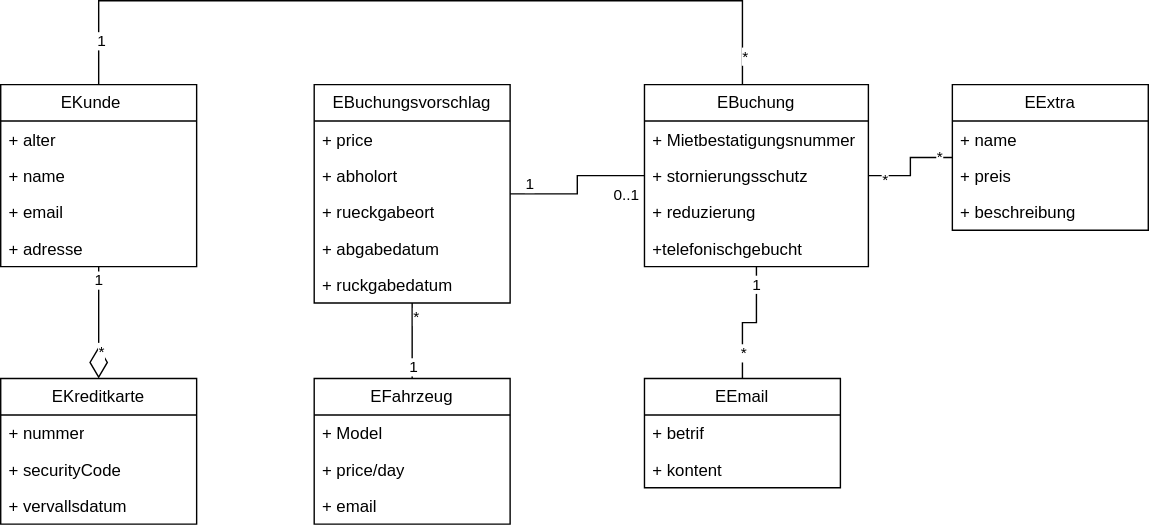
Above: sw-eng-04.drawio.svg in MassimiIiano/software-eng-projects-uni (draw.io), before the change. Source tidied: cells renumbered, new cells last; positions are measured from the earlier drawing's top-left corner, leaving out a move shared by most shapes.
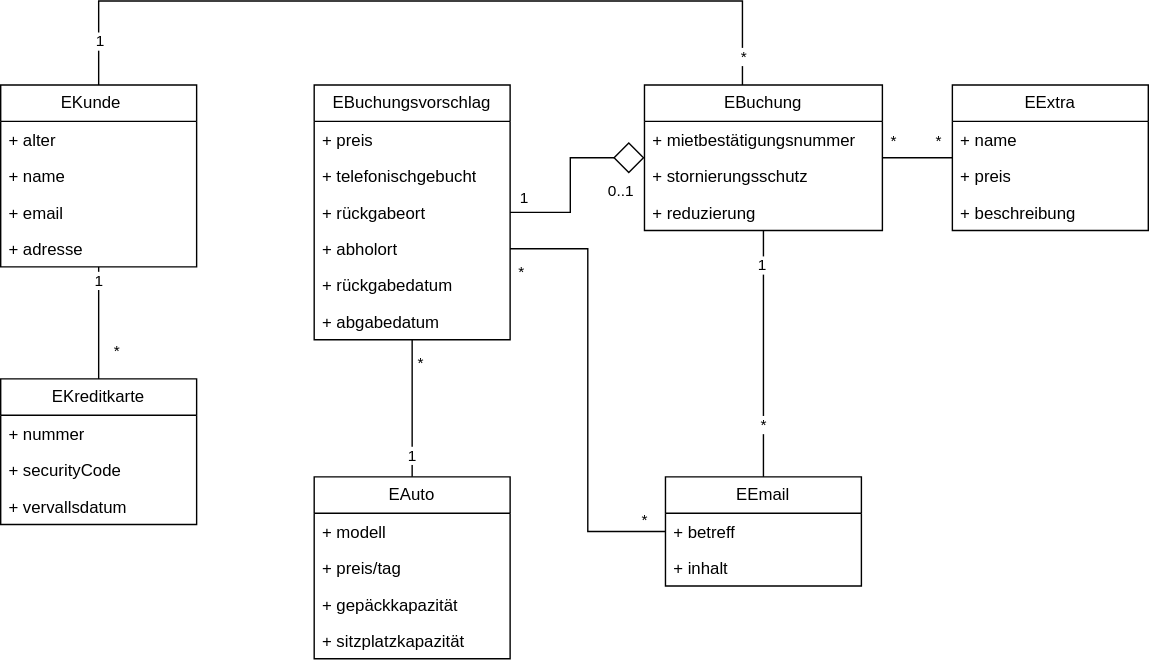
The same diagram one commit later.

Commit message:
Complete graph 4

This includes the description of non-obvious design choices for the
graph.

The edit, as a diff of the source:
```diff
@@ -2,11 +2,13 @@
   <root>
     <mxCell id="0" />
     <mxCell id="1" parent="0" />
-    <mxCell id="2" value="1" style="edgeStyle=orthogonalEdgeStyle;rounded=0;jettySize=auto;html=1;endArrow=diamondThin;endFill=0;startSize=20;endSize=20;" parent="1" edge="1" source="7" target="12">
+    <mxCell id="2" value="1" style="edgeStyle=orthogonalEdgeStyle;rounded=0;jettySize=auto;html=1;endArrow=none;endFill=0;startSize=20;endSize=20;" parent="1" edge="1" source="7" target="12">
       <mxGeometry x="-0.75" relative="1" as="geometry" />
     </mxCell>
     <mxCell id="3" value="*" style="edgeLabel;html=1;align=center;verticalAlign=middle;" parent="2" vertex="1">
-      <mxGeometry x="0.5" y="1" relative="1" as="geometry" />
+      <mxGeometry x="0.5" y="1" relative="1" as="geometry">
+        <mxPoint x="12" as="offset" />
+      </mxGeometry>
     </mxCell>
     <mxCell id="4" style="edgeStyle=orthogonalEdgeStyle;shape=connector;rounded=0;jettySize=auto;html=1;strokeColor=default;align=center;verticalAlign=middle;fontFamily=Helvetica;fontSize=11;fontColor=default;labelBackgroundColor=default;endArrow=none;endFill=0;" parent="1" edge="1" source="7" target="30">
       <mxGeometry relative="1" as="geometry">
@@ -50,23 +52,26 @@
       <mxGeometry y="78" width="140" height="26" as="geometry" />
     </mxCell>
     <mxCell id="16" value="EBuchungsvorschlag" style="swimlane;fontStyle=0;horizontal=1;startSize=26;fillColor=none;whiteSpace=wrap;html=1;" parent="1" vertex="1">
-      <mxGeometry x="224" y="60" width="140" height="156" as="geometry" />
+      <mxGeometry x="224" y="60" width="140" height="182" as="geometry" />
     </mxCell>
-    <mxCell id="17" value="+ price" style="text;strokeColor=none;fillColor=none;align=left;verticalAlign=top;spacingLeft=4;spacingRight=4;overflow=hidden;whiteSpace=wrap;html=1;" parent="16" vertex="1">
+    <mxCell id="17" value="+ preis" style="text;strokeColor=none;fillColor=none;align=left;verticalAlign=top;spacingLeft=4;spacingRight=4;overflow=hidden;whiteSpace=wrap;html=1;" parent="16" vertex="1">
       <mxGeometry y="26" width="140" height="26" as="geometry" />
     </mxCell>
+    <mxCell id="49" value="+ telefonischgebucht" style="text;strokeColor=none;fillColor=none;align=left;verticalAlign=top;spacingLeft=4;spacingRight=4;overflow=hidden;whiteSpace=wrap;html=1;" parent="16" vertex="1">
+      <mxGeometry y="52" width="140" height="26" as="geometry" />
+    </mxCell>
+    <mxCell id="50" value="+ rückgabeort" style="text;strokeColor=none;fillColor=none;align=left;verticalAlign=top;spacingLeft=4;spacingRight=4;overflow=hidden;whiteSpace=wrap;html=1;" parent="16" vertex="1">
+      <mxGeometry y="78" width="140" height="26" as="geometry" />
+    </mxCell>
     <mxCell id="18" value="+ abholort" style="text;strokeColor=none;fillColor=none;align=left;verticalAlign=top;spacingLeft=4;spacingRight=4;overflow=hidden;points=[[0,0.5],[1,0.5]];portConstraint=eastwest;whiteSpace=wrap;html=1;" parent="16" vertex="1">
-      <mxGeometry y="52" width="140" height="26" as="geometry" />
+      <mxGeometry y="104" width="140" height="26" as="geometry" />
     </mxCell>
-    <mxCell id="19" value="+ rueckgabeort" style="text;strokeColor=none;fillColor=none;align=left;verticalAlign=top;spacingLeft=4;spacingRight=4;overflow=hidden;whiteSpace=wrap;html=1;" parent="16" vertex="1">
-      <mxGeometry y="78" width="140" height="26" as="geometry" />
-    </mxCell>
+    <mxCell id="51" value="+ rückgabedatum" style="text;strokeColor=none;fillColor=none;align=left;verticalAlign=top;spacingLeft=4;spacingRight=4;overflow=hidden;whiteSpace=wrap;html=1;" parent="16" vertex="1">
+      <mxGeometry y="130" width="140" height="26" as="geometry" />
+    </mxCell>
-    <mxCell id="20" value="&lt;div&gt;+ abgabedatum&lt;/div&gt;&lt;div&gt;&lt;br&gt;&lt;/div&gt;" style="text;strokeColor=none;fillColor=none;align=left;verticalAlign=top;spacingLeft=4;spacingRight=4;overflow=hidden;whiteSpace=wrap;html=1;" parent="16" vertex="1">
-      <mxGeometry y="104" width="140" height="26" as="geometry" />
+    <mxCell id="20" value="+ abgabedatum" style="text;strokeColor=none;fillColor=none;align=left;verticalAlign=top;spacingLeft=4;spacingRight=4;overflow=hidden;whiteSpace=wrap;html=1;" parent="16" vertex="1">
+      <mxGeometry y="156" width="140" height="26" as="geometry" />
     </mxCell>
-    <mxCell id="21" value="+ ruckgabedatum" style="text;strokeColor=none;fillColor=none;align=left;verticalAlign=top;spacingLeft=4;spacingRight=4;overflow=hidden;whiteSpace=wrap;html=1;" parent="16" vertex="1">
-      <mxGeometry y="130" width="140" height="26" as="geometry" />
-    </mxCell>
     <mxCell id="22" style="edgeStyle=orthogonalEdgeStyle;shape=connector;rounded=0;jettySize=auto;html=1;strokeColor=default;align=center;verticalAlign=middle;fontFamily=Helvetica;fontSize=11;fontColor=default;labelBackgroundColor=default;endArrow=none;endFill=0;" parent="1" edge="1" source="25" target="30">
       <mxGeometry relative="1" as="geometry" />
     </mxCell>
@@ -77,56 +82,75 @@
       <mxGeometry x="-0.57" relative="1" as="geometry" />
     </mxCell>
     <mxCell id="25" value="EEmail" style="swimlane;fontStyle=0;horizontal=1;startSize=26;fillColor=none;whiteSpace=wrap;html=1;" parent="1" vertex="1">
-      <mxGeometry x="460" y="270" width="140" height="78" as="geometry" />
+      <mxGeometry x="475" y="340" width="140" height="78" as="geometry" />
     </mxCell>
-    <mxCell id="26" value="+ betrif" style="text;strokeColor=none;fillColor=none;align=left;verticalAlign=top;spacingLeft=4;spacingRight=4;overflow=hidden;points=[[0,0.5],[1,0.5]];portConstraint=eastwest;whiteSpace=wrap;html=1;" parent="25" vertex="1">
+    <mxCell id="26" value="+ betreff" style="text;strokeColor=none;fillColor=none;align=left;verticalAlign=top;spacingLeft=4;spacingRight=4;overflow=hidden;points=[[0,0.5],[1,0.5]];portConstraint=eastwest;whiteSpace=wrap;html=1;" parent="25" vertex="1">
       <mxGeometry y="26" width="140" height="26" as="geometry" />
     </mxCell>
-    <mxCell id="27" value="+ kontent" style="text;strokeColor=none;fillColor=none;align=left;verticalAlign=top;spacingLeft=4;spacingRight=4;overflow=hidden;whiteSpace=wrap;html=1;" parent="25" vertex="1">
+    <mxCell id="27" value="+ inhalt" style="text;strokeColor=none;fillColor=none;align=left;verticalAlign=top;spacingLeft=4;spacingRight=4;overflow=hidden;whiteSpace=wrap;html=1;" parent="25" vertex="1">
       <mxGeometry y="52" width="140" height="26" as="geometry" />
     </mxCell>
     <mxCell id="28" value="*" style="edgeStyle=orthogonalEdgeStyle;shape=connector;rounded=0;jettySize=auto;html=1;strokeColor=default;align=center;verticalAlign=middle;fontFamily=Helvetica;fontSize=11;fontColor=default;labelBackgroundColor=default;endArrow=none;endFill=0;" parent="1" edge="1" source="30" target="42">
-      <mxGeometry x="0.75" relative="1" as="geometry" />
+      <mxGeometry x="0.6" y="12" relative="1" as="geometry" />
     </mxCell>
     <mxCell id="29" value="*" style="edgeLabel;html=1;align=center;verticalAlign=middle;fontFamily=Helvetica;fontSize=11;fontColor=default;labelBackgroundColor=default;" parent="28" vertex="1">
-      <mxGeometry x="-0.7" y="-2" relative="1" as="geometry" />
+      <mxGeometry x="-0.7" y="-2" relative="1" as="geometry">
+        <mxPoint y="-14" as="offset" />
+      </mxGeometry>
     </mxCell>
     <mxCell id="30" value="EBuchung" style="swimlane;fontStyle=0;horizontal=1;startSize=26;fillColor=none;whiteSpace=wrap;html=1;" parent="1" vertex="1">
-      <mxGeometry x="460" y="60" width="160" height="130" as="geometry" />
+      <mxGeometry x="460" y="60" width="170" height="104" as="geometry" />
     </mxCell>
-    <mxCell id="31" value="+ Mietbestatigungsnummer" style="text;strokeColor=none;fillColor=none;align=left;verticalAlign=top;spacingLeft=4;spacingRight=4;overflow=hidden;whiteSpace=wrap;html=1;" parent="30" vertex="1">
-      <mxGeometry y="26" width="160" height="26" as="geometry" />
+    <mxCell id="31" value="+ mietbestätigungsnummer" style="text;strokeColor=none;fillColor=none;align=left;verticalAlign=top;spacingLeft=4;spacingRight=4;overflow=hidden;whiteSpace=wrap;html=1;" parent="30" vertex="1">
+      <mxGeometry y="26" width="170" height="26" as="geometry" />
     </mxCell>
     <mxCell id="32" value="+ stornierungsschutz" style="text;strokeColor=none;fillColor=none;align=left;verticalAlign=top;spacingLeft=4;spacingRight=4;overflow=hidden;whiteSpace=wrap;html=1;" parent="30" vertex="1">
-      <mxGeometry y="52" width="160" height="26" as="geometry" />
+      <mxGeometry y="52" width="170" height="26" as="geometry" />
     </mxCell>
     <mxCell id="33" value="+ reduzierung" style="text;strokeColor=none;fillColor=none;align=left;verticalAlign=top;spacingLeft=4;spacingRight=4;overflow=hidden;whiteSpace=wrap;html=1;" parent="30" vertex="1">
-      <mxGeometry y="78" width="160" height="26" as="geometry" />
+      <mxGeometry y="78" width="170" height="26" as="geometry" />
     </mxCell>
-    <mxCell id="34" value="+telefonischgebucht" style="text;strokeColor=none;fillColor=none;align=left;verticalAlign=top;spacingLeft=4;spacingRight=4;overflow=hidden;whiteSpace=wrap;html=1;" parent="30" vertex="1">
-      <mxGeometry y="104" width="160" height="26" as="geometry" />
-    </mxCell>
     <mxCell id="35" style="edgeStyle=orthogonalEdgeStyle;shape=connector;rounded=0;jettySize=auto;html=1;strokeColor=default;align=center;verticalAlign=middle;fontFamily=Helvetica;fontSize=11;fontColor=default;labelBackgroundColor=default;endArrow=none;endFill=0;" parent="1" edge="1" source="38" target="16">
       <mxGeometry relative="1" as="geometry" />
     </mxCell>
     <mxCell id="36" value="*" style="edgeLabel;html=1;align=center;verticalAlign=middle;fontFamily=Helvetica;fontSize=11;fontColor=default;labelBackgroundColor=default;" parent="35" vertex="1">
-      <mxGeometry x="0.68" y="-2" relative="1" as="geometry" />
+      <mxGeometry x="0.68" y="-2" relative="1" as="geometry">
+        <mxPoint x="4" as="offset" />
+      </mxGeometry>
     </mxCell>
     <mxCell id="37" value="1" style="edgeLabel;html=1;align=center;verticalAlign=middle;fontFamily=Helvetica;fontSize=11;fontColor=default;labelBackgroundColor=default;" parent="35" vertex="1">
       <mxGeometry x="-0.68" relative="1" as="geometry" />
     </mxCell>
+    <mxCell id="48" value="&lt;div&gt;1&lt;/div&gt;" style="edgeLabel;html=1;align=center;verticalAlign=middle;fontFamily=Helvetica;fontSize=11;fontColor=default;labelBackgroundColor=default;" parent="35" vertex="1">
+      <mxGeometry x="0.68" y="-2" relative="1" as="geometry">
+        <mxPoint x="78" y="-118" as="offset" />
+      </mxGeometry>
+    </mxCell>
+    <mxCell id="52" value="*" style="edgeLabel;html=1;align=center;verticalAlign=middle;fontFamily=Helvetica;fontSize=11;fontColor=default;labelBackgroundColor=default;" parent="35" vertex="1">
+      <mxGeometry x="0.68" y="-2" relative="1" as="geometry">
+        <mxPoint x="76" y="-65" as="offset" />
+      </mxGeometry>
+    </mxCell>
+    <mxCell id="53" value="*" style="edgeLabel;html=1;align=center;verticalAlign=middle;fontFamily=Helvetica;fontSize=11;fontColor=default;labelBackgroundColor=default;" parent="35" vertex="1">
+      <mxGeometry x="0.68" y="-2" relative="1" as="geometry">
+        <mxPoint x="164" y="112" as="offset" />
+      </mxGeometry>
+    </mxCell>
-    <mxCell id="38" value="EFahrzeug" style="swimlane;fontStyle=0;horizontal=1;startSize=26;fillColor=none;whiteSpace=wrap;html=1;" parent="1" vertex="1">
-      <mxGeometry x="224" y="270" width="140" height="104" as="geometry" />
+    <mxCell id="38" value="EAuto" style="swimlane;fontStyle=0;horizontal=1;startSize=26;fillColor=none;whiteSpace=wrap;html=1;" parent="1" vertex="1">
+      <mxGeometry x="224" y="340" width="140" height="130" as="geometry" />
     </mxCell>
-    <mxCell id="39" value="+ Model" style="text;strokeColor=none;fillColor=none;align=left;verticalAlign=top;spacingLeft=4;spacingRight=4;overflow=hidden;whiteSpace=wrap;html=1;" parent="38" vertex="1">
+    <mxCell id="39" value="+ modell" style="text;strokeColor=none;fillColor=none;align=left;verticalAlign=top;spacingLeft=4;spacingRight=4;overflow=hidden;whiteSpace=wrap;html=1;" parent="38" vertex="1">
       <mxGeometry y="26" width="140" height="26" as="geometry" />
     </mxCell>
-    <mxCell id="40" value="+ price/day" style="text;strokeColor=none;fillColor=none;align=left;verticalAlign=top;spacingLeft=4;spacingRight=4;overflow=hidden;whiteSpace=wrap;html=1;" parent="38" vertex="1">
+    <mxCell id="40" value="+ preis/tag" style="text;strokeColor=none;fillColor=none;align=left;verticalAlign=top;spacingLeft=4;spacingRight=4;overflow=hidden;whiteSpace=wrap;html=1;" parent="38" vertex="1">
       <mxGeometry y="52" width="140" height="26" as="geometry" />
     </mxCell>
-    <mxCell id="41" value="+ email" style="text;strokeColor=none;fillColor=none;align=left;verticalAlign=top;spacingLeft=4;spacingRight=4;overflow=hidden;whiteSpace=wrap;html=1;" parent="38" vertex="1">
+    <mxCell id="41" value="+ gepäckkapazität" style="text;strokeColor=none;fillColor=none;align=left;verticalAlign=top;spacingLeft=4;spacingRight=4;overflow=hidden;whiteSpace=wrap;html=1;" parent="38" vertex="1">
       <mxGeometry y="78" width="140" height="26" as="geometry" />
     </mxCell>
+    <mxCell id="54" value="+ sitzplatzkapazität" style="text;strokeColor=none;fillColor=none;align=left;verticalAlign=top;spacingLeft=4;spacingRight=4;overflow=hidden;whiteSpace=wrap;html=1;" parent="38" vertex="1">
+      <mxGeometry y="104" width="140" height="26" as="geometry" />
+    </mxCell>
     <mxCell id="42" value="EExtra" style="swimlane;fontStyle=0;horizontal=1;startSize=26;fillColor=none;whiteSpace=wrap;html=1;" parent="1" vertex="1">
       <mxGeometry x="680" y="60" width="140" height="104" as="geometry" />
     </mxCell>
@@ -139,7 +163,7 @@
     <mxCell id="45" value="+ beschreibung" style="text;strokeColor=none;fillColor=none;align=left;verticalAlign=top;spacingLeft=4;spacingRight=4;overflow=hidden;whiteSpace=wrap;html=1;" parent="42" vertex="1">
       <mxGeometry y="78" width="140" height="26" as="geometry" />
     </mxCell>
-    <mxCell id="46" style="edgeStyle=orthogonalEdgeStyle;rounded=0;jettySize=auto;html=1;endArrow=none;endFill=0;" parent="1" edge="1" source="16" target="30">
+    <mxCell id="46" style="edgeStyle=orthogonalEdgeStyle;rounded=0;jettySize=auto;html=1;endArrow=diamond;endFill=0;endSize=20;" parent="1" edge="1" source="16" target="30">
       <mxGeometry relative="1" as="geometry" />
     </mxCell>
     <mxCell id="47" value="0..1" style="edgeLabel;html=1;align=center;verticalAlign=middle;fontFamily=Helvetica;fontSize=11;fontColor=default;labelBackgroundColor=default;" parent="46" vertex="1">
@@ -147,10 +171,8 @@
         <mxPoint x="35" y="-1" as="offset" />
       </mxGeometry>
     </mxCell>
-    <mxCell id="48" value="1" style="edgeLabel;html=1;align=center;verticalAlign=middle;fontFamily=Helvetica;fontSize=11;fontColor=default;labelBackgroundColor=default;" parent="46" vertex="1">
-      <mxGeometry x="0.54" relative="1" as="geometry">
-        <mxPoint x="-58" y="5" as="offset" />
-      </mxGeometry>
-    </mxCell>
+    <mxCell id="55" style="edgeStyle=orthogonalEdgeStyle;rounded=0;jettySize=auto;html=1;exitX=1;exitY=0.5;exitDx=0;exitDy=0;entryX=0;entryY=0.5;entryDx=0;entryDy=0;endArrow=none;endFill=0;" parent="1" edge="1" source="18" target="26">
+      <mxGeometry relative="1" as="geometry" />
+    </mxCell>
   </root>
 </mxGraphModel>
```
